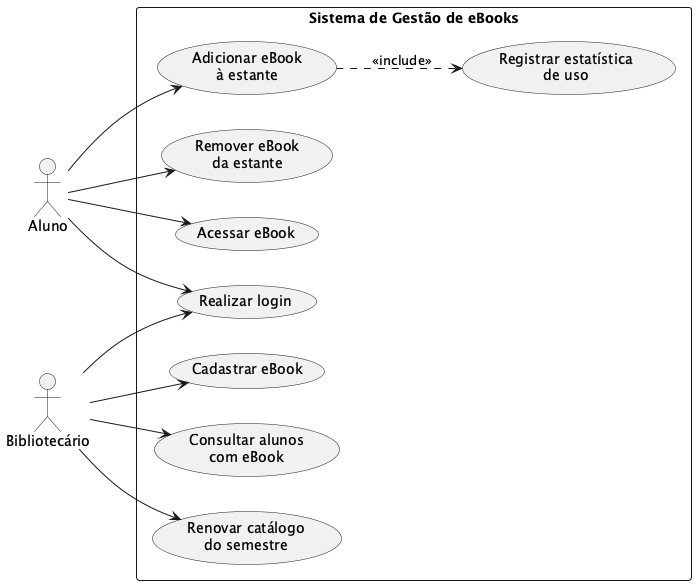
Earlier version of the PlantUML export docs/diagramas/DiagramaCasoUsoPuml.png (fillmello/lab01-ebooks-biblioteca). Source of this version:
```plantuml
@startuml Sistema de Gestão de eBooks
left to right direction

actor "Aluno" as aluno
actor "Bibliotecário" as bib

rectangle "Sistema de Gestão de eBooks" {
  usecase "Adicionar eBook\nà estante"        as UC_adicionar
  usecase "Registrar estatística\nde uso"     as UC_estatistica
  usecase "Remover eBook\nda estante"         as UC_remover
  usecase "Acessar eBook"                     as UC_acessar
  usecase "Realizar login"                    as UC_login
  usecase "Cadastrar eBook"                   as UC_cadastrar
  usecase "Consultar alunos\ncom eBook"       as UC_consultar
  usecase "Renovar catálogo\ndo semestre"     as UC_renovar
}

aluno --> UC_adicionar
aluno --> UC_remover
aluno --> UC_acessar
aluno --> UC_login

bib --> UC_login
bib --> UC_cadastrar
bib --> UC_consultar
bib --> UC_renovar

UC_adicionar ..> UC_estatistica : <<include>>

@enduml
```
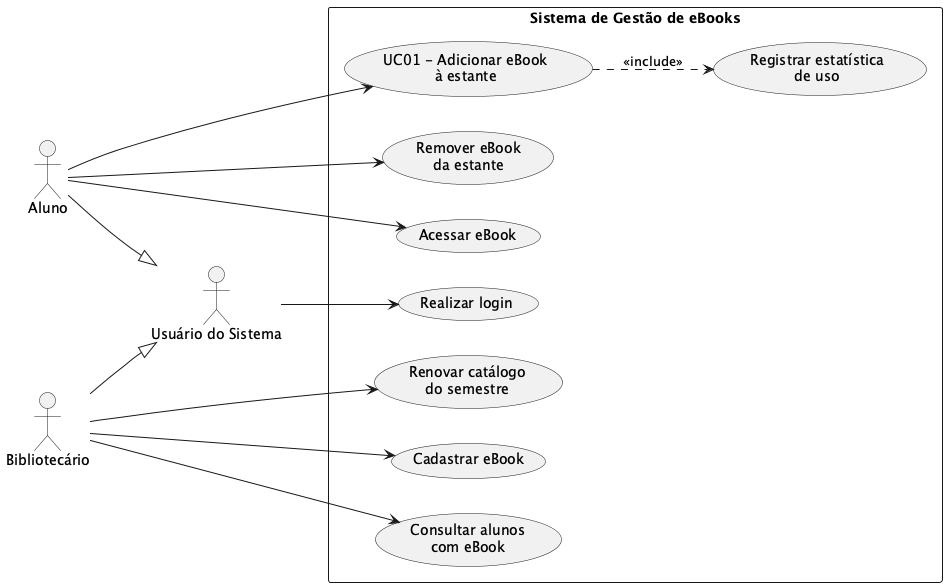
The same diagram one commit later.

Commit message:
docs: adiciona ator Usuario do Sistema e criterios de aceitacao

Change to the diagram source:
```diff
@@ -1,11 +1,15 @@
 @startuml Sistema de Gestão de eBooks
 left to right direction
 
+actor "Usuário do Sistema" as usuario
 actor "Aluno" as aluno
 actor "Bibliotecário" as bib
 
+aluno --|> usuario
+bib --|> usuario
+
 rectangle "Sistema de Gestão de eBooks" {
-  usecase "Adicionar eBook\nà estante"        as UC_adicionar
+  usecase "UC01 - Adicionar eBook\nà estante"        as UC_adicionar
   usecase "Registrar estatística\nde uso"     as UC_estatistica
   usecase "Remover eBook\nda estante"         as UC_remover
   usecase "Acessar eBook"                     as UC_acessar
@@ -15,12 +19,12 @@
   usecase "Renovar catálogo\ndo semestre"     as UC_renovar
 }
 
+usuario --> UC_login
+
 aluno --> UC_adicionar
 aluno --> UC_remover
 aluno --> UC_acessar
-aluno --> UC_login
 
-bib --> UC_login
 bib --> UC_cadastrar
 bib --> UC_consultar
 bib --> UC_renovar
```
